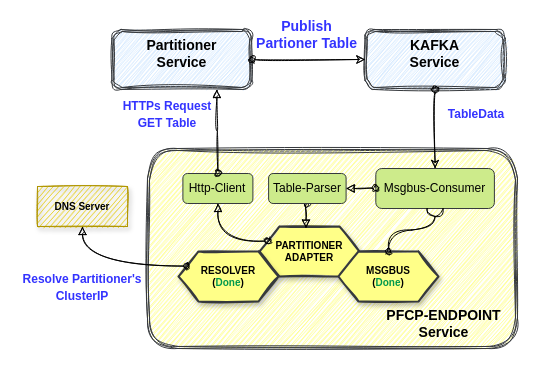
Above: page "Partitioner" (4 of 6) of External_submodule.drawio in SunLucc/Test (draw.io), before the change. Source tidied: cells renumbered, new cells numbered last; positions are measured from the earlier drawing's top-left corner, leaving out a move shared by most shapes. Both pictures are drawn from the tidied source at 100%, with x=0, y=0 at pixel (17, 19).
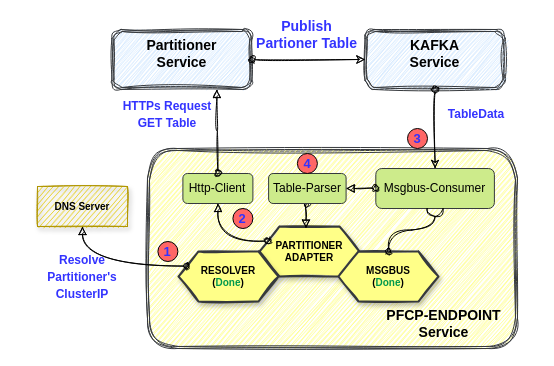
After the change.

Unchanged cells that the change refers to:
```xml
<mxCell id="2" style="group;" parent="1" vertex="1">
  <mxGeometry width="520" height="329" as="geometry" />
</mxCell>
```

Diff of the diagram source:
```diff
@@
-    <mxCell id="30" value="&lt;span style=&quot;font-size: 12px;&quot;&gt;Resolve Partitioner's ClusterIP&lt;/span&gt;" style="text;html=1;strokeColor=none;fillColor=none;align=center;verticalAlign=middle;whiteSpace=wrap;rounded=0;shadow=0;dashed=0;labelBackgroundColor=none;sketch=0;fillStyle=cross-hatch;fontFamily=Helvetica;fontSize=14;fontColor=#3333FF;fontStyle=1;" parent="2" vertex="1">
-      <mxGeometry y="252" width="130" height="30" as="geometry" />
+    <mxCell id="30" value="&lt;span style=&quot;font-size: 12px;&quot;&gt;Resolve &lt;br&gt;Partitioner's&lt;br&gt;ClusterIP&lt;/span&gt;" style="text;html=1;strokeColor=none;fillColor=none;align=center;verticalAlign=middle;whiteSpace=wrap;rounded=0;shadow=0;dashed=0;labelBackgroundColor=none;sketch=0;fillStyle=cross-hatch;fontFamily=Helvetica;fontSize=14;fontColor=#3333FF;fontStyle=1;" parent="2" vertex="1">
+      <mxGeometry y="242" width="130" height="30" as="geometry" />
     </mxCell>
+    <mxCell id="31" value="&lt;font style=&quot;font-size: 13px;&quot;&gt;&lt;b&gt;1&lt;/b&gt;&lt;/font&gt;" style="ellipse;whiteSpace=wrap;html=1;fontFamily=Helvetica;fontSize=12;fontColor=#3333FF;fillColor=#FF6666;" parent="2" vertex="1">
+      <mxGeometry x="140.4" y="222" width="20" height="20" as="geometry" />
+    </mxCell>
+    <mxCell id="32" value="&lt;font style=&quot;font-size: 13px;&quot;&gt;&lt;b&gt;2&lt;/b&gt;&lt;/font&gt;" style="ellipse;whiteSpace=wrap;html=1;fontFamily=Helvetica;fontSize=12;fontColor=#3333FF;fillColor=#FF6666;" parent="2" vertex="1">
+      <mxGeometry x="215.4" y="189" width="20" height="20" as="geometry" />
+    </mxCell>
+    <mxCell id="33" value="&lt;font style=&quot;font-size: 13px;&quot;&gt;&lt;b&gt;3&lt;/b&gt;&lt;/font&gt;" style="ellipse;whiteSpace=wrap;html=1;fontFamily=Helvetica;fontSize=12;fontColor=#3333FF;fillColor=#FF6666;" parent="2" vertex="1">
+      <mxGeometry x="390" y="109" width="20" height="20" as="geometry" />
+    </mxCell>
+    <mxCell id="34" value="&lt;font style=&quot;font-size: 13px;&quot;&gt;&lt;b&gt;4&lt;/b&gt;&lt;/font&gt;" style="ellipse;whiteSpace=wrap;html=1;fontFamily=Helvetica;fontSize=12;fontColor=#3333FF;fillColor=#FF6666;" parent="2" vertex="1">
+      <mxGeometry x="279.9" y="134" width="20" height="20" as="geometry" />
+    </mxCell>
```
